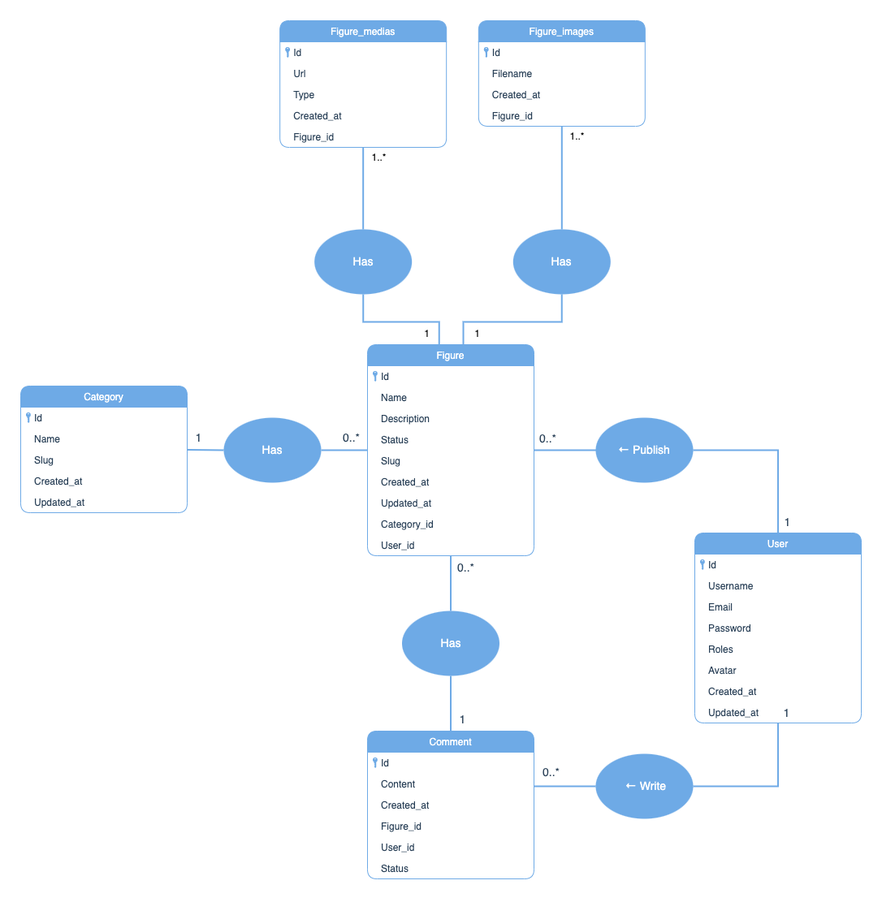
Before: uml/MCD.png, a diagram exported from draw.io (teddylelong/openclassrooms-p6). Source tidied: cells renumbered, new cells last; positions are measured from the earlier drawing's top-left corner, leaving out a move shared by most shapes.
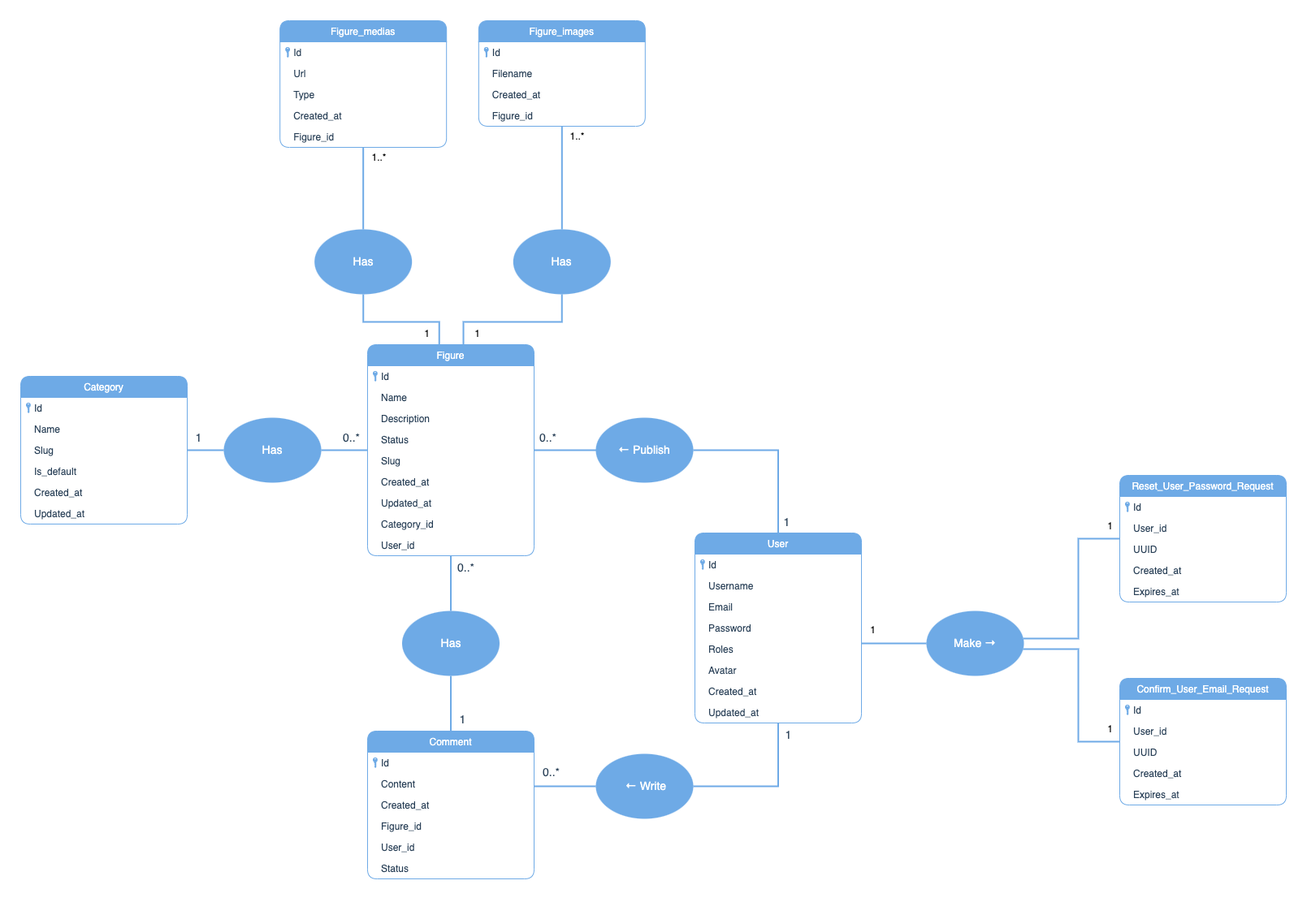
Later version of the same file.

Commit message:
Updated UML schemes

The edit, as a diff of the source:
```diff
@@ -72,10 +72,10 @@
       <mxGeometry x="2.8" y="36" width="13.2" height="5.9" as="geometry" />
     </mxCell>
     <mxCell id="25" style="group;" parent="1" vertex="1">
-      <mxGeometry y="450" width="205" height="182" as="geometry" />
+      <mxGeometry y="438" width="205" height="182" as="geometry" />
     </mxCell>
     <mxCell id="26" value="Category" style="swimlane;fontStyle=0;horizontal=1;startSize=26;fillColor=#6EAAE6;strokeColor=#6EAAE6;rounded=1;sketch=0;shadow=0;glass=0;fontColor=#FFFFFF;" parent="25" vertex="1">
-      <mxGeometry width="205" height="156" as="geometry" />
+      <mxGeometry width="205" height="182" as="geometry" />
     </mxCell>
     <mxCell id="27" value="Id" style="text;strokeColor=none;fillColor=none;align=left;verticalAlign=top;spacingLeft=15;spacingRight=4;overflow=hidden;fontColor=#294057;" parent="26" vertex="1">
       <mxGeometry y="26" width="205" height="26" as="geometry" />
@@ -86,11 +86,14 @@
     <mxCell id="29" value="Slug" style="text;strokeColor=none;fillColor=none;align=left;verticalAlign=top;spacingLeft=15;spacingRight=4;overflow=hidden;fontColor=#294057;" parent="26" vertex="1">
       <mxGeometry y="78" width="205" height="26" as="geometry" />
     </mxCell>
+    <mxCell id="87" value="Is_default" style="text;strokeColor=none;fillColor=none;align=left;verticalAlign=top;spacingLeft=15;spacingRight=4;overflow=hidden;fontColor=#294057;" parent="26" vertex="1">
+      <mxGeometry y="104" width="205" height="26" as="geometry" />
+    </mxCell>
     <mxCell id="30" value="Created_at" style="text;strokeColor=none;fillColor=none;align=left;verticalAlign=top;spacingLeft=15;spacingRight=4;overflow=hidden;fontColor=#294057;" parent="26" vertex="1">
-      <mxGeometry y="104" width="205" height="26" as="geometry" />
+      <mxGeometry y="130" width="205" height="26" as="geometry" />
     </mxCell>
     <mxCell id="31" value="Updated_at" style="text;strokeColor=none;fillColor=none;align=left;verticalAlign=top;spacingLeft=15;spacingRight=4;overflow=hidden;fontColor=#294057;" parent="26" vertex="1">
-      <mxGeometry y="130" width="205" height="26" as="geometry" />
+      <mxGeometry y="156" width="205" height="26" as="geometry" />
     </mxCell>
     <mxCell id="32" style="verticalLabelPosition=bottom;sketch=0;html=1;verticalAlign=top;align=center;shape=mxgraph.cisco19.key;fillColor=#6EAAE6;strokeColor=none;rotation=90;strokeWidth=2;" parent="25" vertex="1">
       <mxGeometry x="2.8" y="36" width="13.2" height="5.9" as="geometry" />
@@ -196,7 +199,7 @@
       <mxGeometry x="637" y="915" width="31" height="21" as="geometry" />
     </mxCell>
     <mxCell id="60" value="1" style="text;html=1;align=center;verticalAlign=middle;strokeColor=none;fillColor=none;fontSize=14;fontColor=#294057;" parent="1" vertex="1">
-      <mxGeometry x="934" y="842" width="18" height="21" as="geometry" />
+      <mxGeometry x="936" y="869" width="18" height="21" as="geometry" />
     </mxCell>
     <mxCell id="61" value="1" style="text;html=1;align=center;verticalAlign=middle;strokeColor=none;fillColor=none;fontSize=14;fontColor=#294057;" parent="1" vertex="1">
       <mxGeometry x="535" y="850" width="18" height="21" as="geometry" />
@@ -286,5 +289,89 @@
     <mxCell id="86" value="1..*" style="text;html=1;align=center;verticalAlign=middle;strokeColor=none;fillColor=none;" parent="1" vertex="1">
       <mxGeometry x="427" y="160" width="28" height="18" as="geometry" />
     </mxCell>
+    <mxCell id="88" style="group;" parent="1" vertex="1">
+      <mxGeometry x="1353" y="560" width="205" height="182" as="geometry" />
+    </mxCell>
+    <mxCell id="89" value="Reset_User_Password_Request" style="swimlane;fontStyle=0;horizontal=1;startSize=26;fillColor=#6EAAE6;strokeColor=#6EAAE6;rounded=1;sketch=0;shadow=0;glass=0;fontColor=#FFFFFF;" parent="88" vertex="1">
+      <mxGeometry width="205" height="156" as="geometry" />
+    </mxCell>
+    <mxCell id="90" value="Id" style="text;strokeColor=none;fillColor=none;align=left;verticalAlign=top;spacingLeft=15;spacingRight=4;overflow=hidden;fontColor=#294057;" parent="89" vertex="1">
+      <mxGeometry y="26" width="205" height="26" as="geometry" />
+    </mxCell>
+    <mxCell id="91" value="User_id" style="text;strokeColor=none;fillColor=none;align=left;verticalAlign=top;spacingLeft=15;spacingRight=4;overflow=hidden;fontColor=#294057;" parent="89" vertex="1">
+      <mxGeometry y="52" width="205" height="26" as="geometry" />
+    </mxCell>
+    <mxCell id="92" value="UUID" style="text;strokeColor=none;fillColor=none;align=left;verticalAlign=top;spacingLeft=15;spacingRight=4;overflow=hidden;fontColor=#294057;" parent="89" vertex="1">
+      <mxGeometry y="78" width="205" height="26" as="geometry" />
+    </mxCell>
+    <mxCell id="93" value="Created_at" style="text;strokeColor=none;fillColor=none;align=left;verticalAlign=top;spacingLeft=15;spacingRight=4;overflow=hidden;fontColor=#294057;" parent="89" vertex="1">
+      <mxGeometry y="104" width="205" height="26" as="geometry" />
+    </mxCell>
+    <mxCell id="94" value="Expires_at" style="text;strokeColor=none;fillColor=none;align=left;verticalAlign=top;spacingLeft=15;spacingRight=4;overflow=hidden;fontColor=#294057;" parent="89" vertex="1">
+      <mxGeometry y="130" width="205" height="26" as="geometry" />
+    </mxCell>
+    <mxCell id="95" style="verticalLabelPosition=bottom;sketch=0;html=1;verticalAlign=top;align=center;shape=mxgraph.cisco19.key;fillColor=#6EAAE6;strokeColor=none;rotation=90;strokeWidth=2;" parent="88" vertex="1">
+      <mxGeometry x="2.8" y="36" width="13.2" height="5.9" as="geometry" />
+    </mxCell>
+    <mxCell id="96" style="group;" parent="1" vertex="1">
+      <mxGeometry x="1353" y="810" width="205" height="182" as="geometry" />
+    </mxCell>
+    <mxCell id="97" value="Confirm_User_Email_Request" style="swimlane;fontStyle=0;horizontal=1;startSize=26;fillColor=#6EAAE6;strokeColor=#6EAAE6;rounded=1;sketch=0;shadow=0;glass=0;fontColor=#FFFFFF;" parent="96" vertex="1">
+      <mxGeometry width="205" height="156" as="geometry" />
+    </mxCell>
+    <mxCell id="98" value="Id" style="text;strokeColor=none;fillColor=none;align=left;verticalAlign=top;spacingLeft=15;spacingRight=4;overflow=hidden;fontColor=#294057;" parent="97" vertex="1">
+      <mxGeometry y="26" width="205" height="26" as="geometry" />
+    </mxCell>
+    <mxCell id="99" value="User_id" style="text;strokeColor=none;fillColor=none;align=left;verticalAlign=top;spacingLeft=15;spacingRight=4;overflow=hidden;fontColor=#294057;" parent="97" vertex="1">
+      <mxGeometry y="52" width="205" height="26" as="geometry" />
+    </mxCell>
+    <mxCell id="100" value="UUID" style="text;strokeColor=none;fillColor=none;align=left;verticalAlign=top;spacingLeft=15;spacingRight=4;overflow=hidden;fontColor=#294057;" parent="97" vertex="1">
+      <mxGeometry y="78" width="205" height="26" as="geometry" />
+    </mxCell>
+    <mxCell id="101" value="Created_at" style="text;strokeColor=none;fillColor=none;align=left;verticalAlign=top;spacingLeft=15;spacingRight=4;overflow=hidden;fontColor=#294057;" parent="97" vertex="1">
+      <mxGeometry y="104" width="205" height="26" as="geometry" />
+    </mxCell>
+    <mxCell id="102" value="Expires_at" style="text;strokeColor=none;fillColor=none;align=left;verticalAlign=top;spacingLeft=15;spacingRight=4;overflow=hidden;fontColor=#294057;" parent="97" vertex="1">
+      <mxGeometry y="130" width="205" height="26" as="geometry" />
+    </mxCell>
+    <mxCell id="103" style="verticalLabelPosition=bottom;sketch=0;html=1;verticalAlign=top;align=center;shape=mxgraph.cisco19.key;fillColor=#6EAAE6;strokeColor=none;rotation=90;strokeWidth=2;" parent="96" vertex="1">
+      <mxGeometry x="2.8" y="36" width="13.2" height="5.9" as="geometry" />
+    </mxCell>
+    <mxCell id="104" style="edgeStyle=orthogonalEdgeStyle;rounded=0;jettySize=auto;html=1;strokeColor=#6EAAE6;strokeWidth=2;endArrow=none;endFill=0;" parent="1" edge="1" source="107" target="15">
+      <mxGeometry relative="1" as="geometry">
+        <Array as="points">
+          <mxPoint x="1056" y="767" />
+          <mxPoint x="1056" y="767" />
+        </Array>
+      </mxGeometry>
+    </mxCell>
+    <mxCell id="105" style="edgeStyle=orthogonalEdgeStyle;rounded=0;jettySize=auto;html=1;endArrow=none;endFill=0;strokeColor=#6EAAE6;strokeWidth=2;" parent="1" edge="1" source="107" target="89">
+      <mxGeometry relative="1" as="geometry">
+        <Array as="points">
+          <mxPoint x="1302" y="761" />
+          <mxPoint x="1302" y="638" />
+        </Array>
+      </mxGeometry>
+    </mxCell>
+    <mxCell id="106" style="edgeStyle=orthogonalEdgeStyle;rounded=0;jettySize=auto;html=1;endArrow=none;endFill=0;strokeColor=#6EAAE6;strokeWidth=2;" parent="1" edge="1" source="107" target="97">
+      <mxGeometry relative="1" as="geometry">
+        <Array as="points">
+          <mxPoint x="1302" y="774" />
+          <mxPoint x="1302" y="888" />
+        </Array>
+      </mxGeometry>
+    </mxCell>
+    <mxCell id="107" value="Make →" style="ellipse;whiteSpace=wrap;html=1;rounded=1;shadow=0;glass=0;sketch=0;fontSize=14;fontColor=#FFFFFF;strokeColor=none;strokeWidth=1;fillColor=#6EAAE6;" parent="1" vertex="1">
+      <mxGeometry x="1115" y="727" width="120" height="80" as="geometry" />
+    </mxCell>
+    <mxCell id="108" value="1" style="text;html=1;align=center;verticalAlign=middle;strokeColor=none;fillColor=none;" parent="1" vertex="1">
+      <mxGeometry x="1040" y="742" width="17" height="18" as="geometry" />
+    </mxCell>
+    <mxCell id="109" value="1" style="text;html=1;align=center;verticalAlign=middle;strokeColor=none;fillColor=none;" parent="1" vertex="1">
+      <mxGeometry x="1332" y="614" width="17" height="18" as="geometry" />
+    </mxCell>
+    <mxCell id="110" value="1" style="text;html=1;align=center;verticalAlign=middle;strokeColor=none;fillColor=none;" parent="1" vertex="1">
+      <mxGeometry x="1332" y="864" width="17" height="18" as="geometry" />
+    </mxCell>
   </root>
 </mxGraphModel>
```
